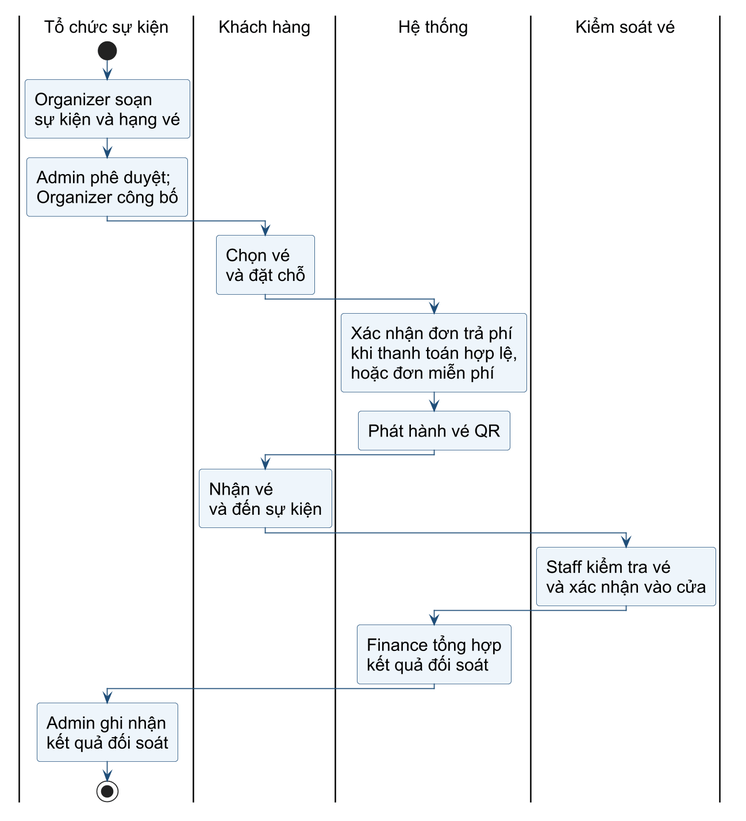
Earlier version of the PlantUML export docs/technical-system-assets/business-journey.png (longtt2512/EventTicketingPlatform). Its diagram source:
```plantuml
@startuml
skinparam backgroundColor white
skinparam defaultFontName Arial
skinparam defaultFontSize 18
skinparam shadowing false
skinparam roundcorner 6
skinparam dpi 160
skinparam ArrowColor #1F4E79
skinparam LineColor #1F4E79
skinparam RectangleBackgroundColor #EEF5FB
skinparam RectangleBorderColor #1F4E79
skinparam ComponentBackgroundColor #D9EAF7
skinparam ComponentBorderColor #1F4E79
skinparam DatabaseBackgroundColor #EEF5FB
skinparam DatabaseBorderColor #1F4E79
skinparam StateBackgroundColor #EEF5FB
skinparam StateBorderColor #1F4E79
skinparam ActivityBackgroundColor #EEF5FB
skinparam ActivityBorderColor #1F4E79
skinparam ActivityDiamondBackgroundColor #D9EAF7
skinparam ActivityDiamondBorderColor #1F4E79
skinparam NoteBackgroundColor #F4F4F4
skinparam NoteBorderColor #708090
skinparam packageStyle rectangle
skinparam nodesep 35
skinparam ranksep 45
skinparam activity {
  FontSize 18
}
|Tổ chức sự kiện|
start
:Organizer soạn\nsự kiện và hạng vé;
:Admin phê duyệt;\nOrganizer công bố;
|Khách hàng|
:Chọn vé\nvà đặt chỗ;
|Hệ thống|
:Xác nhận đơn trả phí\nkhi thanh toán hợp lệ,\nhoặc đơn miễn phí;
:Phát hành vé QR;
|Khách hàng|
:Nhận vé\nvà đến sự kiện;
|Kiểm soát vé|
:Staff kiểm tra vé\nvà xác nhận vào cửa;
|Hệ thống|
:Finance tổng hợp\nkết quả đối soát;
|Tổ chức sự kiện|
:Admin ghi nhận\nkết quả đối soát;
stop
@enduml
```
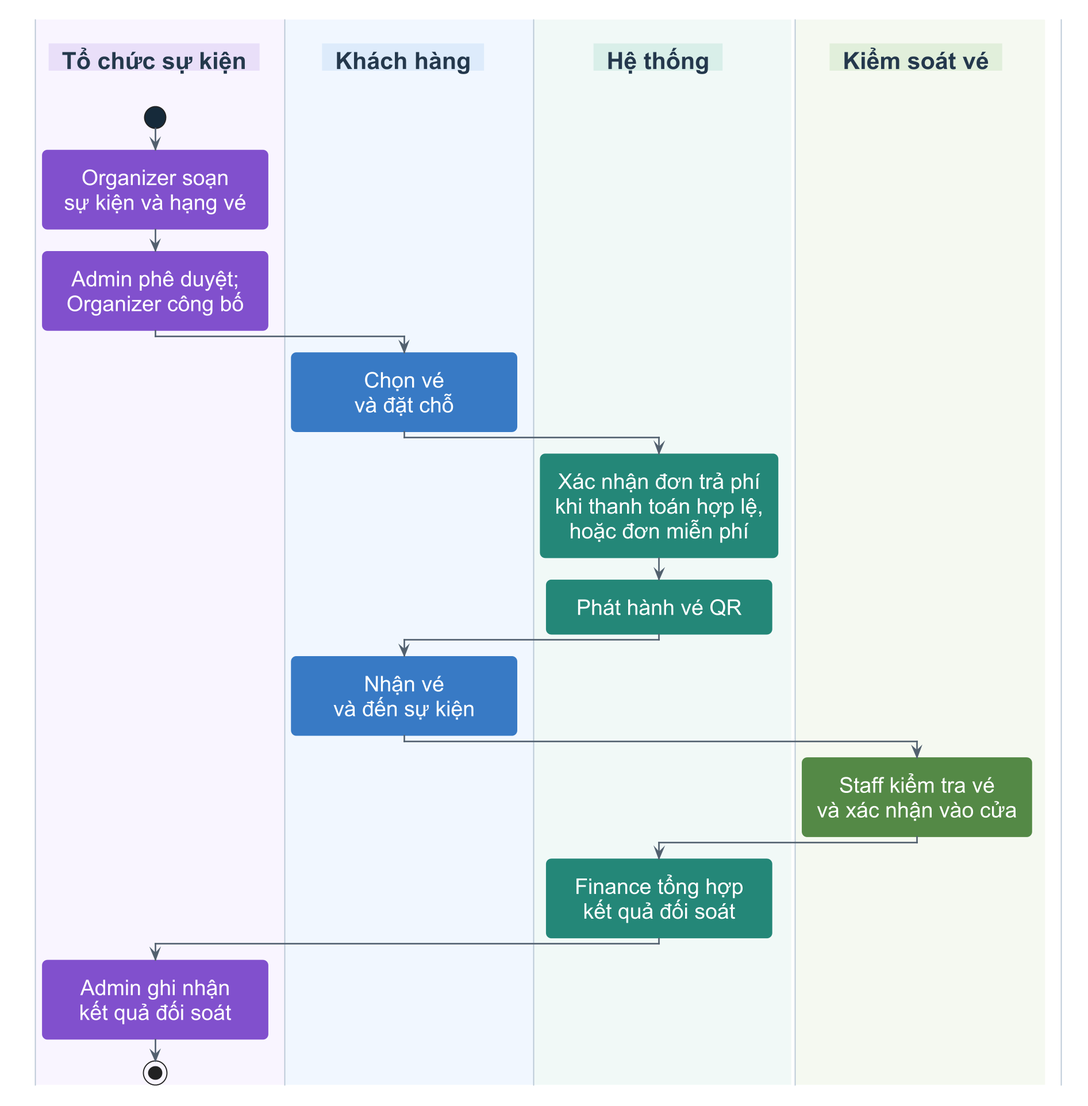
After the change.

The edit, as a diff of the source:
```diff
@@ -1,48 +1,67 @@
 @startuml
-skinparam backgroundColor white
+skinparam backgroundColor #FFFFFF
 skinparam defaultFontName Arial
-skinparam defaultFontSize 18
+skinparam defaultFontSize 20
+skinparam dpi 180
 skinparam shadowing false
-skinparam roundcorner 6
-skinparam dpi 160
-skinparam ArrowColor #1F4E79
-skinparam LineColor #1F4E79
-skinparam RectangleBackgroundColor #EEF5FB
-skinparam RectangleBorderColor #1F4E79
-skinparam ComponentBackgroundColor #D9EAF7
-skinparam ComponentBorderColor #1F4E79
-skinparam DatabaseBackgroundColor #EEF5FB
-skinparam DatabaseBorderColor #1F4E79
-skinparam StateBackgroundColor #EEF5FB
-skinparam StateBorderColor #1F4E79
-skinparam ActivityBackgroundColor #EEF5FB
-skinparam ActivityBorderColor #1F4E79
-skinparam ActivityDiamondBackgroundColor #D9EAF7
-skinparam ActivityDiamondBorderColor #1F4E79
-skinparam NoteBackgroundColor #F4F4F4
-skinparam NoteBorderColor #708090
-skinparam packageStyle rectangle
-skinparam nodesep 35
-skinparam ranksep 45
+skinparam roundcorner 10
+skinparam ArrowColor #52616F
+skinparam ArrowThickness 1.4
 skinparam activity {
-  FontSize 18
+  FontName Arial
+  FontSize 20
+  FontColor #FFFFFF
+  BackgroundColor #4B82CE
+  BorderColor transparent
+  BorderThickness 1.2
+  StartColor #172B3A
+  EndColor #172B3A
 }
-|Tổ chức sự kiện|
+skinparam swimlane {
+  BorderColor #B9C7D5
+  BorderThickness 1
+  TitleBackgroundColor #FFFFFF
+  TitleFontColor #24394D
+  TitleFontSize 22
+  TitleFontStyle plain
+  Width 255
+}
+<style>
+activityDiagram {
+  arrow {
+    LineColor #52616F
+    LineThickness 1.4
+  }
+  activity {
+    Padding 14
+    MinimumWidth 210
+    HorizontalAlignment center
+  }
+  swimlane {
+    Padding 16
+  }
+}
+</style>
+|#F8F4FF|ORG|\n<back:#E9DFF9><b>  Tổ chức sự kiện  </b></back>\n
+|#F1F7FE|CUSTOMER|\n<back:#DCEAFB><b>  Khách hàng  </b></back>\n
+|#F0F8F7|SYS|\n<back:#D9EFE9><b>  Hệ thống  </b></back>\n
+|#F4F9F1|STAFF|\n<back:#E1EEDB><b>  Kiểm soát vé  </b></back>\n
+|ORG|
 start
-:Organizer soạn\nsự kiện và hạng vé;
-:Admin phê duyệt;\nOrganizer công bố;
-|Khách hàng|
-:Chọn vé\nvà đặt chỗ;
-|Hệ thống|
-:Xác nhận đơn trả phí\nkhi thanh toán hợp lệ,\nhoặc đơn miễn phí;
-:Phát hành vé QR;
-|Khách hàng|
-:Nhận vé\nvà đến sự kiện;
-|Kiểm soát vé|
-:Staff kiểm tra vé\nvà xác nhận vào cửa;
-|Hệ thống|
-:Finance tổng hợp\nkết quả đối soát;
-|Tổ chức sự kiện|
-:Admin ghi nhận\nkết quả đối soát;
+:Organizer soạn\nsự kiện và hạng vé; <<#8050CD>>
+:Admin phê duyệt;\nOrganizer công bố; <<#8050CD>>
+|CUSTOMER|
+:Chọn vé\nvà đặt chỗ; <<#397BC5>>
+|SYS|
+:Xác nhận đơn trả phí\nkhi thanh toán hợp lệ,\nhoặc đơn miễn phí; <<#258778>>
+:Phát hành vé QR; <<#258778>>
+|CUSTOMER|
+:Nhận vé\nvà đến sự kiện; <<#397BC5>>
+|STAFF|
+:Staff kiểm tra vé\nvà xác nhận vào cửa; <<#548946>>
+|SYS|
+:Finance tổng hợp\nkết quả đối soát; <<#258778>>
+|ORG|
+:Admin ghi nhận\nkết quả đối soát; <<#8050CD>>
 stop
 @enduml
```
